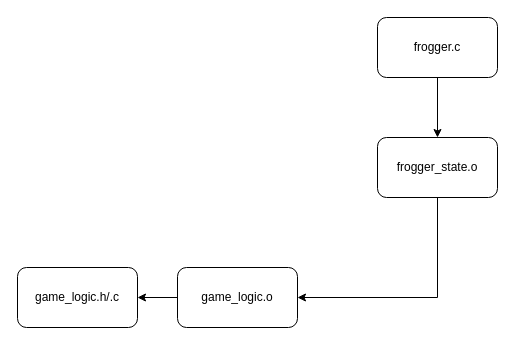
The draw.io diagram FROGGER.drawio in mginhson/TPF, before the edit. Source tidied: cells renumbered, new cells numbered last; positions are measured from the earlier drawing's top-left corner, leaving out a move shared by most shapes. Both pictures are drawn from the tidied source at 100%, with x=0, y=0 at pixel (17, 17).
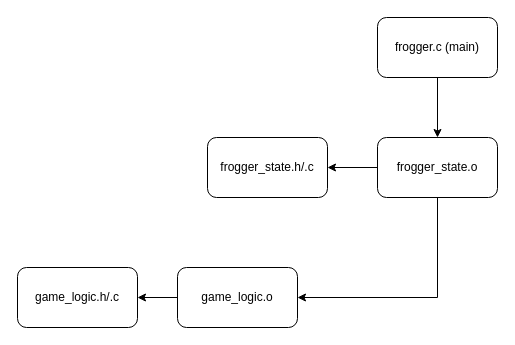
The same diagram, later.

What changed in the source:
```diff
@@
 <mxGraphModel>
   <root>
     <mxCell id="0" />
     <mxCell id="1" parent="0" />
     <mxCell id="2" style="edgeStyle=orthogonalEdgeStyle;rounded=0;jettySize=auto;html=1;exitX=0.5;exitY=1;exitDx=0;exitDy=0;entryX=0.5;entryY=0;entryDx=0;entryDy=0;" parent="1" edge="1" source="3" target="8">
       <mxGeometry relative="1" as="geometry" />
     </mxCell>
-    <mxCell id="3" value="frogger.c" style="rounded=1;whiteSpace=wrap;html=1;" parent="1" vertex="1">
+    <mxCell id="3" value="frogger.c (main)" style="rounded=1;whiteSpace=wrap;html=1;" parent="1" vertex="1">
       <mxGeometry x="360" width="120" height="60" as="geometry" />
     </mxCell>
     <mxCell id="4" style="edgeStyle=orthogonalEdgeStyle;rounded=0;jettySize=auto;html=1;exitX=0;exitY=0.5;exitDx=0;exitDy=0;entryX=1;entryY=0.5;entryDx=0;entryDy=0;" parent="1" edge="1" source="5" target="6">
       <mxGeometry relative="1" as="geometry" />
     </mxCell>
     <mxCell id="5" value="&lt;div&gt;game_logic.o&lt;/div&gt;" style="rounded=1;whiteSpace=wrap;html=1;" parent="1" vertex="1">
       <mxGeometry x="160" y="250" width="120" height="60" as="geometry" />
     </mxCell>
     <mxCell id="6" value="game_logic.h/.c" style="rounded=1;whiteSpace=wrap;html=1;" parent="1" vertex="1">
       <mxGeometry y="250" width="120" height="60" as="geometry" />
     </mxCell>
     <mxCell id="7" style="edgeStyle=orthogonalEdgeStyle;rounded=0;jettySize=auto;html=1;exitX=0.5;exitY=1;exitDx=0;exitDy=0;entryX=1;entryY=0.5;entryDx=0;entryDy=0;" parent="1" edge="1" source="8" target="5">
       <mxGeometry relative="1" as="geometry" />
     </mxCell>
+    <mxCell id="9" style="edgeStyle=orthogonalEdgeStyle;rounded=0;jettySize=auto;html=1;exitX=0;exitY=0.5;exitDx=0;exitDy=0;entryX=1;entryY=0.5;entryDx=0;entryDy=0;" parent="1" edge="1" source="8" target="10">
+      <mxGeometry relative="1" as="geometry" />
+    </mxCell>
     <mxCell id="8" value="frogger_state.o" style="rounded=1;whiteSpace=wrap;html=1;" parent="1" vertex="1">
       <mxGeometry x="360" y="120" width="120" height="60" as="geometry" />
     </mxCell>
+    <mxCell id="10" value="frogger_state.h/.c" style="rounded=1;whiteSpace=wrap;html=1;" parent="1" vertex="1">
+      <mxGeometry x="190" y="120" width="120" height="60" as="geometry" />
+    </mxCell>
   </root>
 </mxGraphModel>
```
